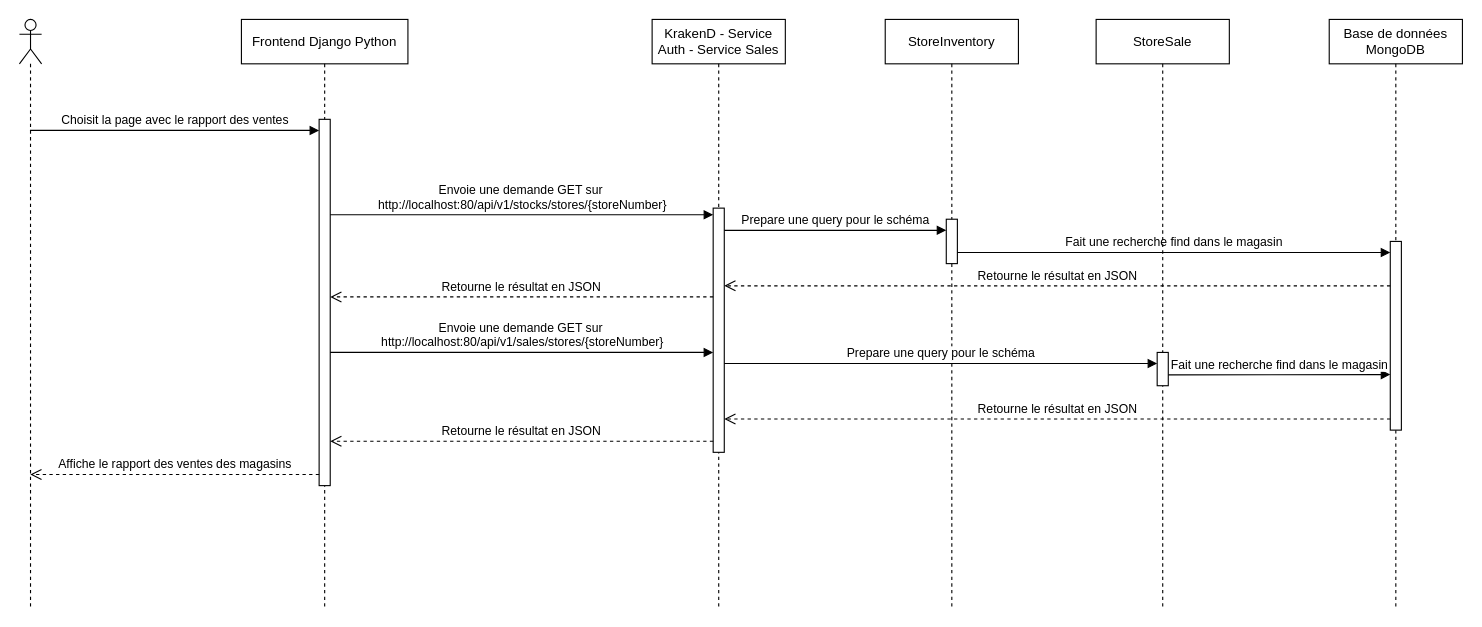
The draw.io diagram docs/UML/Vues_de_processus/diag_rapport_ventes_magasins.drawio in PraMaks/LOG430_Labo_0, before the edit. Source tidied: cells renumbered, new cells numbered last; positions are measured from the earlier drawing's top-left corner, leaving out a move shared by most shapes. Both pictures are drawn from the tidied source at 111%, with x=0, y=0 at pixel (19, 19).
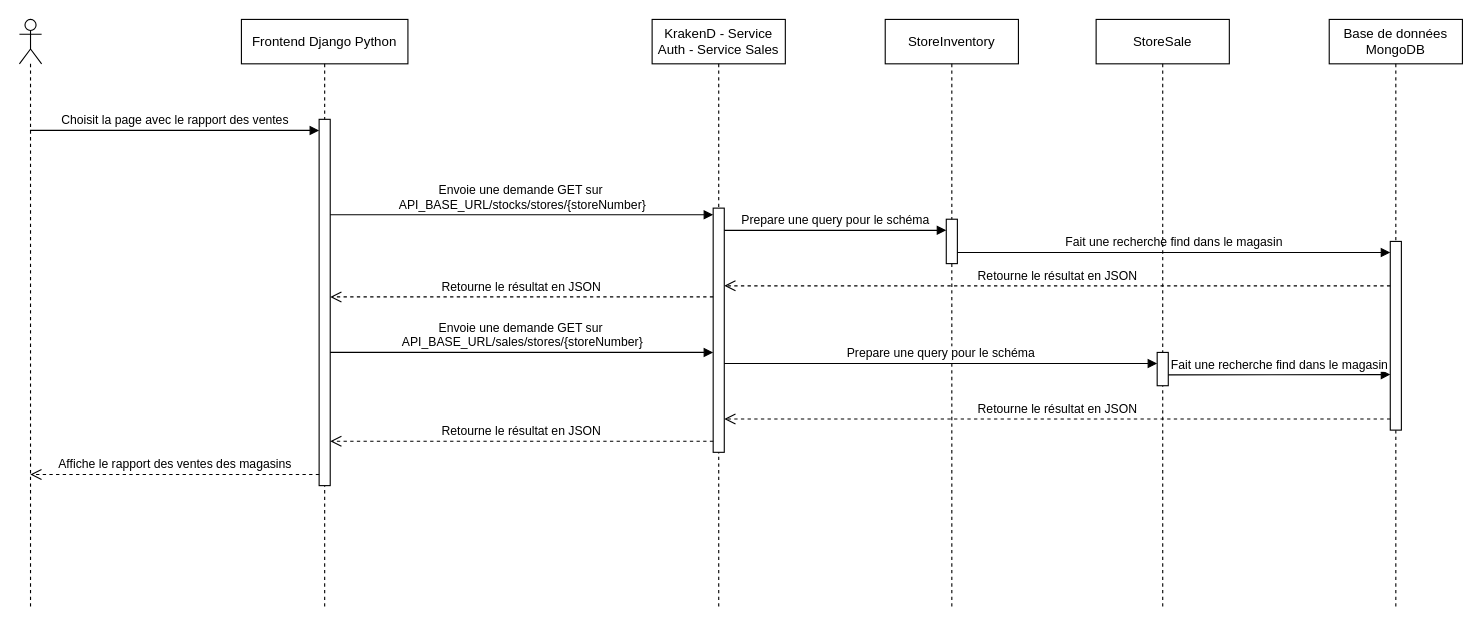
Above is the later version.

Unchanged cells that the change refers to:
```xml
<mxCell id="3" style="html=1;points=[];perimeter=orthogonalPerimeter;outlineConnect=0;targetShapes=umlLifeline;portConstraint=eastwest;newEdgeStyle={&quot;edgeStyle&quot;:&quot;elbowEdgeStyle&quot;,&quot;elbow&quot;:&quot;vertical&quot;,&quot;curved&quot;:0,&quot;rounded&quot;:0};" parent="2" vertex="1">
  <mxGeometry x="70" y="90" width="10" height="330" as="geometry" />
</mxCell>
<mxCell id="7" style="html=1;points=[];perimeter=orthogonalPerimeter;outlineConnect=0;targetShapes=umlLifeline;portConstraint=eastwest;newEdgeStyle={&quot;edgeStyle&quot;:&quot;elbowEdgeStyle&quot;,&quot;elbow&quot;:&quot;vertical&quot;,&quot;curved&quot;:0,&quot;rounded&quot;:0};" parent="6" vertex="1">
  <mxGeometry x="55" y="170" width="10" height="220" as="geometry" />
</mxCell>
```

Diff of the diagram source:
```diff
@@
-    <mxCell id="12" value="Envoie une demande GET sur&amp;nbsp;&lt;div&gt;http://localhost:80/api/v1/stocks/stores/{storeNumber}&lt;/div&gt;" style="html=1;verticalAlign=bottom;endArrow=block;edgeStyle=elbowEdgeStyle;elbow=vertical;curved=0;rounded=0;" parent="1" edge="1" source="3">
+    <mxCell id="12" value="Envoie une demande GET sur&amp;nbsp;&lt;div&gt;API_BASE_URL/stocks/stores/{storeNumber}&lt;/div&gt;" style="html=1;verticalAlign=bottom;endArrow=block;edgeStyle=elbowEdgeStyle;elbow=vertical;curved=0;rounded=0;" parent="1" edge="1" source="3">
       <mxGeometry relative="1" as="geometry">
         <mxPoint x="625" y="176" as="targetPoint" />
         <Array as="points">
           <mxPoint x="385.5" y="176" />
         </Array>
       </mxGeometry>
     </mxCell>
@@
-    <mxCell id="20" value="Envoie une demande GET sur&amp;nbsp;&lt;div&gt;http://localhost:80/api/v1/sales/stores/{storeNumber}&lt;/div&gt;" style="html=1;verticalAlign=bottom;endArrow=block;edgeStyle=elbowEdgeStyle;elbow=vertical;curved=0;rounded=0;" parent="1" edge="1" source="3" target="7">
+    <mxCell id="20" value="Envoie une demande GET sur&amp;nbsp;&lt;div&gt;API_BASE_URL/sales/stores/{storeNumber}&lt;/div&gt;" style="html=1;verticalAlign=bottom;endArrow=block;edgeStyle=elbowEdgeStyle;elbow=vertical;curved=0;rounded=0;" parent="1" edge="1" source="3" target="7">
       <mxGeometry relative="1" as="geometry">
         <Array as="points">
           <mxPoint x="405.5" y="300" />
         </Array>
       </mxGeometry>
     </mxCell>
```
